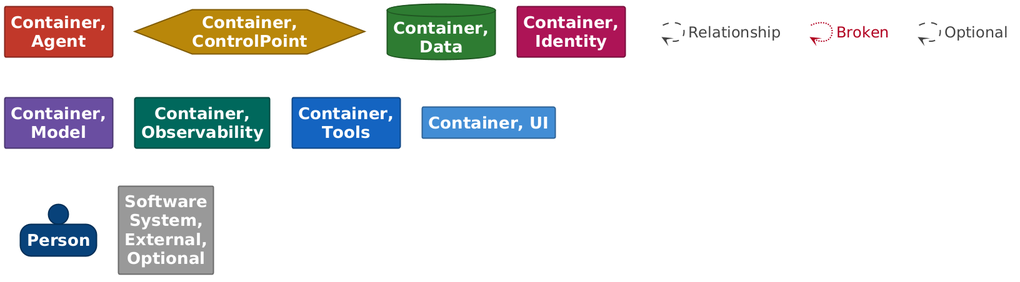
The PlantUML diagram docs/architecture/exports/structurizr-Containers-key.png in allensanborn/agentic-platform-local, before a commit.
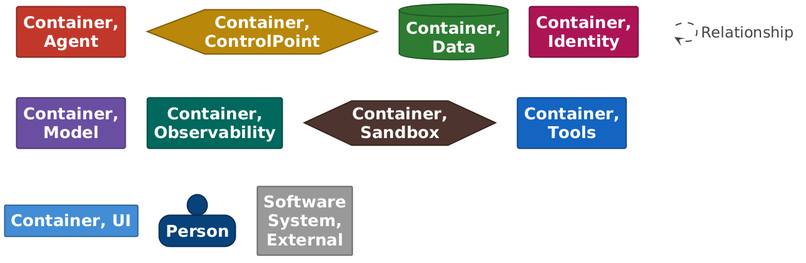
After the change.

Diff of the diagram source:
```diff
@@ -80,6 +80,18 @@
     Shadowing: 0;
     MaximumWidth: 200;
   }
+  // Element,Container,Sandbox
+  .Element-RWxlbWVudCxDb250YWluZXIsU2FuZGJveA== {
+    BackgroundColor: #4e342e;
+    LineColor: #362420;
+    LineStyle: 0;
+    LineThickness: 2;
+    FontColor: #ffffff;
+    FontSize: 24;
+    HorizontalAlignment: center;
+    Shadowing: 0;
+    MaximumWidth: 200;
+  }
   // Element,Container,Tools
   .Element-RWxlbWVudCxDb250YWluZXIsVG9vbHM= {
     BackgroundColor: #1565c0;
@@ -116,8 +128,8 @@
     Shadowing: 0;
     MaximumWidth: 200;
   }
-  // Element,Software System,External,Optional
-  .Element-RWxlbWVudCxTb2Z0d2FyZSBTeXN0ZW0sRXh0ZXJuYWwsT3B0aW9uYWw= {
+  // Element,Software System,External
+  .Element-RWxlbWVudCxTb2Z0d2FyZSBTeXN0ZW0sRXh0ZXJuYWw= {
     BackgroundColor: #999999;
     LineColor: #6b6b6b;
     LineStyle: 0;
@@ -130,24 +142,6 @@
   }
   // Relationship
   .Relationship-UmVsYXRpb25zaGlw {
-    LineThickness: 2;
-    LineStyle: 10-10;
-    LineColor: #444444;
-    FontColor: #444444;
-    FontSize: 24;
-    MaximumWidth: 200;
-  }
-  // Relationship,Broken
-  .Relationship-UmVsYXRpb25zaGlwLEJyb2tlbg== {
-    LineThickness: 2;
-    LineStyle: 2-2;
-    LineColor: #b00020;
-    FontColor: #b00020;
-    FontSize: 24;
-    MaximumWidth: 200;
-  }
-  // Relationship,Optional
-  .Relationship-UmVsYXRpb25zaGlwLE9wdGlvbmFs {
     LineThickness: 2;
     LineStyle: 10-10;
     LineColor: #444444;
@@ -186,21 +180,17 @@
 
 rectangle "==Container, Observability" <<Element-RWxlbWVudCxDb250YWluZXIsT2JzZXJ2YWJpbGl0eQ==>>
 
+hexagon "==Container, Sandbox" <<Element-RWxlbWVudCxDb250YWluZXIsU2FuZGJveA==>>
+
 rectangle "==Container, Tools" <<Element-RWxlbWVudCxDb250YWluZXIsVG9vbHM=>>
 
 rectangle "==Container, UI" <<Element-RWxlbWVudCxDb250YWluZXIsVUk=>>
 
 person "==Person" <<Element-RWxlbWVudCxQZXJzb24=>>
 
-rectangle "==Software System, External, Optional" <<Element-RWxlbWVudCxTb2Z0d2FyZSBTeXN0ZW0sRXh0ZXJuYWwsT3B0aW9uYWw=>>
+rectangle "==Software System, External" <<Element-RWxlbWVudCxTb2Z0d2FyZSBTeXN0ZW0sRXh0ZXJuYWw=>>
 
 rectangle "." <<.Element-Transparent>> as 1
 1 --> 1 <<Relationship-UmVsYXRpb25zaGlw>> : "Relationship"
 
-rectangle "." <<.Element-Transparent>> as 2
-2 --> 2 <<Relationship-UmVsYXRpb25zaGlwLEJyb2tlbg==>> : "Broken"
-
-rectangle "." <<.Element-Transparent>> as 3
-3 --> 3 <<Relationship-UmVsYXRpb25zaGlwLE9wdGlvbmFs>> : "Optional"
-
 @enduml
```
